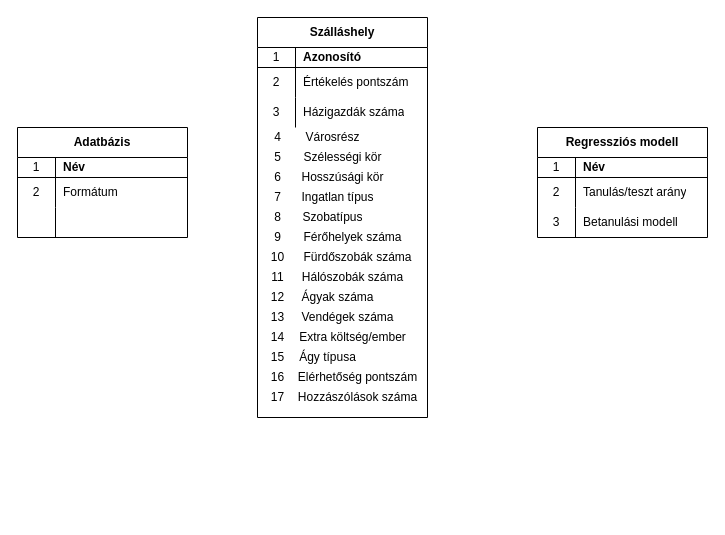
HabanAndras/Gepi-latas keeps this draw.io diagram as Adatbazisterv.drawio. Above is the earlier version. Source tidied: cells renumbered, new cells numbered last; positions are measured from the earlier drawing's top-left corner, leaving out a move shared by most shapes. Both pictures are drawn from the tidied source at 100%, with x=0, y=0 at pixel (17, 17).
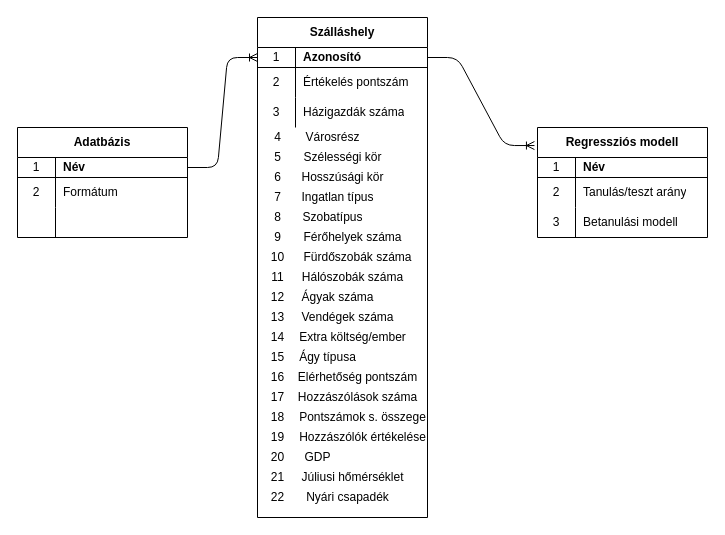
Above is the later version.

The change refers to these unchanged cells:
```xml
<mxCell id="3" style="shape=partialRectangle;html=1;whiteSpace=wrap;fillColor=none;top=0;left=0;bottom=1;right=0;points=[[0,0.5],[1,0.5]];portConstraint=eastwest;" parent="2" vertex="1">
  <mxGeometry y="30" width="170" height="20" as="geometry" />
</mxCell>
<mxCell id="12" value="Regressziós modell" style="shape=table;html=1;whiteSpace=wrap;startSize=30;childLayout=tableLayout;rowLines=0;fontStyle=1;align=center;" parent="1" vertex="1">
  <mxGeometry x="520" y="110" width="170" height="110" as="geometry" />
</mxCell>
<mxCell id="23" style="shape=partialRectangle;html=1;whiteSpace=wrap;fillColor=none;top=0;left=0;bottom=1;right=0;points=[[0,0.5],[1,0.5]];portConstraint=eastwest;" parent="22" vertex="1">
  <mxGeometry y="30" width="170" height="20" as="geometry" />
</mxCell>
```

The edit, as a diff of the source:
```diff
@@
     <mxCell id="22" value="Szálláshely" style="shape=table;html=1;whiteSpace=wrap;startSize=30;childLayout=tableLayout;rowLines=0;fontStyle=1;align=center;" parent="1" vertex="1">
-      <mxGeometry x="240" width="170" height="400" as="geometry" />
+      <mxGeometry x="240" width="170" height="500" as="geometry" />
     </mxCell>
@@
+    <mxCell id="60" value="18" style="text;html=1;align=center;verticalAlign=middle;" parent="1" vertex="1">
+      <mxGeometry x="245" y="390" width="30" height="20" as="geometry" />
+    </mxCell>
+    <mxCell id="61" value="19" style="text;html=1;align=center;verticalAlign=middle;" parent="1" vertex="1">
+      <mxGeometry x="245" y="410" width="30" height="20" as="geometry" />
+    </mxCell>
+    <mxCell id="62" value="Pontszámok s. összege" style="text;html=1;align=center;verticalAlign=middle;" parent="1" vertex="1">
+      <mxGeometry x="275" y="390" width="140" height="20" as="geometry" />
+    </mxCell>
+    <mxCell id="63" value="Hozzászólók értékelése" style="text;html=1;align=center;verticalAlign=middle;" parent="1" vertex="1">
+      <mxGeometry x="275" y="410" width="140" height="20" as="geometry" />
+    </mxCell>
+    <mxCell id="64" value="20" style="text;html=1;align=center;verticalAlign=middle;" parent="1" vertex="1">
+      <mxGeometry x="245" y="430" width="30" height="20" as="geometry" />
+    </mxCell>
+    <mxCell id="65" value="GDP" style="text;html=1;align=center;verticalAlign=middle;" parent="1" vertex="1">
+      <mxGeometry x="280" y="430" width="40" height="20" as="geometry" />
+    </mxCell>
+    <mxCell id="66" value="21" style="text;html=1;align=center;verticalAlign=middle;" parent="1" vertex="1">
+      <mxGeometry x="245" y="450" width="30" height="20" as="geometry" />
+    </mxCell>
+    <mxCell id="67" value="22" style="text;html=1;align=center;verticalAlign=middle;" parent="1" vertex="1">
+      <mxGeometry x="245" y="470" width="30" height="20" as="geometry" />
+    </mxCell>
+    <mxCell id="68" value="Júliusi hőmérséklet" style="text;html=1;align=center;verticalAlign=middle;" parent="1" vertex="1">
+      <mxGeometry x="280" y="450" width="110" height="20" as="geometry" />
+    </mxCell>
+    <mxCell id="69" value="Nyári csapadék" style="text;html=1;align=center;verticalAlign=middle;" parent="1" vertex="1">
+      <mxGeometry x="280" y="470" width="100" height="20" as="geometry" />
+    </mxCell>
+    <mxCell id="70" style="edgeStyle=entityRelationEdgeStyle;fontSize=12;html=1;endArrow=ERoneToMany;exitX=1;exitY=0.5;exitDx=0;exitDy=0;entryX=0;entryY=0.5;entryDx=0;entryDy=0;" parent="1" edge="1" source="3" target="23">
+      <mxGeometry relative="1" as="geometry" />
+    </mxCell>
+    <mxCell id="71" style="edgeStyle=entityRelationEdgeStyle;fontSize=12;html=1;endArrow=ERoneToMany;exitX=1;exitY=0.5;exitDx=0;exitDy=0;entryX=-0.018;entryY=0.164;entryDx=0;entryDy=0;entryPerimeter=0;" parent="1" edge="1" source="23" target="12">
+      <mxGeometry relative="1" as="geometry" />
+    </mxCell>
```
